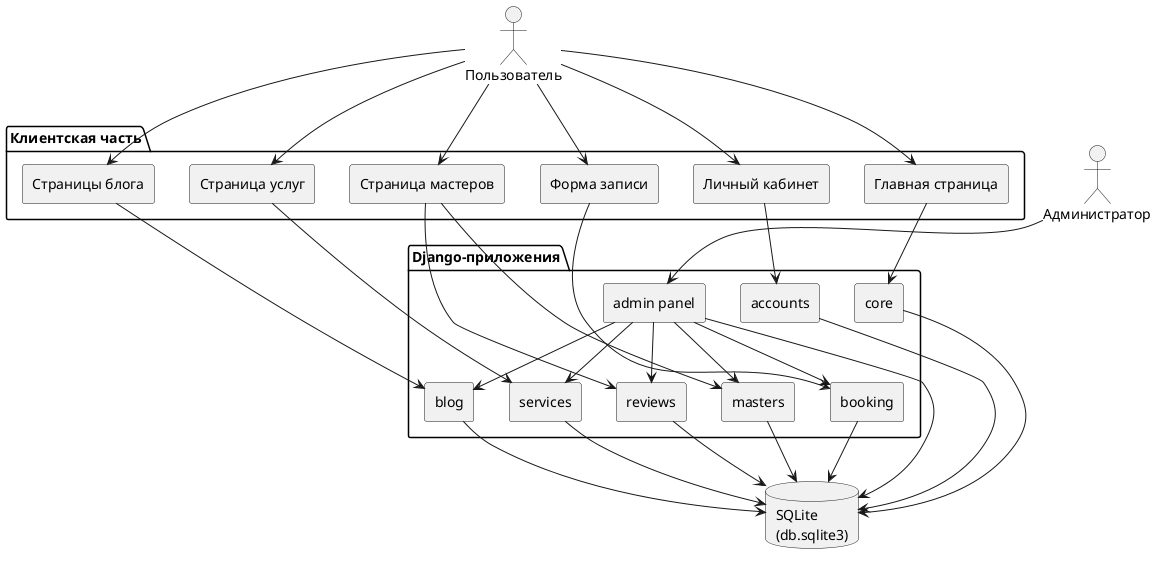
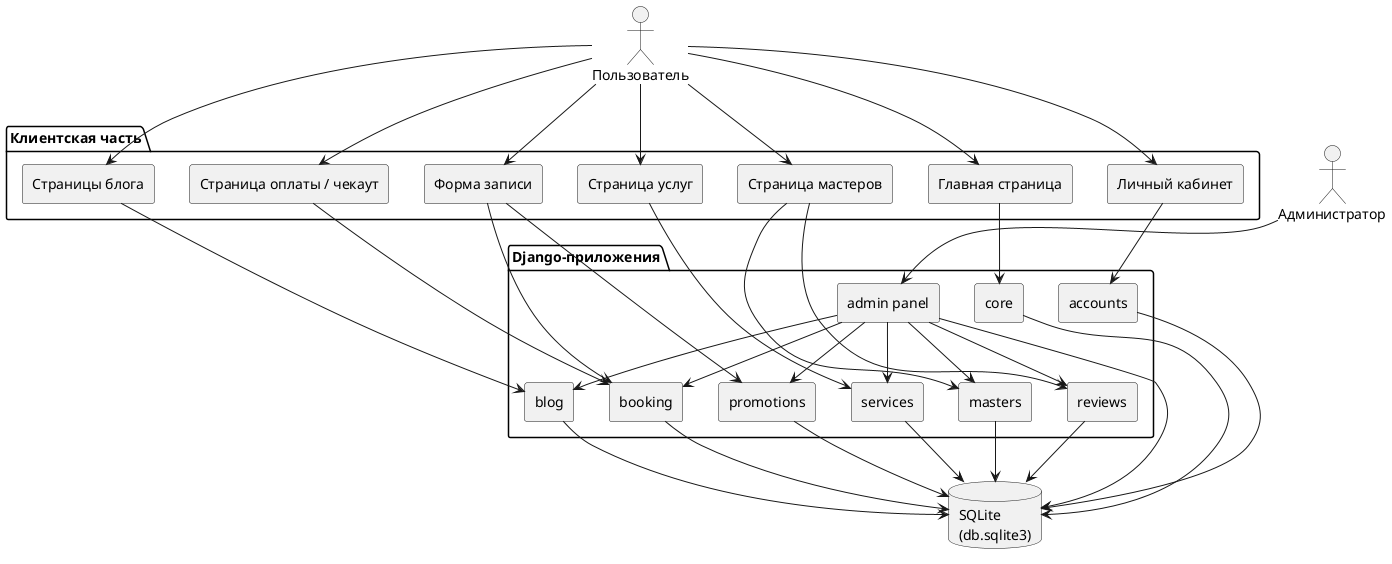
@startuml
skinparam componentStyle rectangle

actor "Пользователь" as UserActor
actor "Администратор" as AdminActor

package "Клиентская часть" {
  [Главная страница]
  [Страница услуг]
  [Страница мастеров]
  [Форма записи]
+   [Страница оплаты / чекаут]
  [Личный кабинет]
  [Страницы блога]
}

package "Django-приложения" {
  [core]
  [services]
  [masters]
  [booking]
  [accounts]
  [reviews]
  [blog]
+   [promotions]
  [admin panel]
}

database "SQLite\n(db.sqlite3)" as DB

UserActor --> [Главная страница]
UserActor --> [Страница услуг]
UserActor --> [Страница мастеров]
UserActor --> [Форма записи]
+ UserActor --> [Страница оплаты / чекаут]
UserActor --> [Личный кабинет]
UserActor --> [Страницы блога]

[Главная страница] --> [core]
[Страница услуг] --> [services]
[Страница мастеров] --> [masters]
[Форма записи] --> [booking]
+ [Форма записи] --> [promotions]
+ [Страница оплаты / чекаут] --> [booking]
[Личный кабинет] --> [accounts]
[Страницы блога] --> [blog]
[Страница мастеров] --> [reviews]

AdminActor --> [admin panel]
[admin panel] --> [services]
[admin panel] --> [masters]
[admin panel] --> [booking]
[admin panel] --> [reviews]
[admin panel] --> [blog]
+ [admin panel] --> [promotions]

[core] --> DB
[services] --> DB
[masters] --> DB
[booking] --> DB
[accounts] --> DB
[reviews] --> DB
[blog] --> DB
+ [promotions] --> DB
[admin panel] --> DB

@enduml
